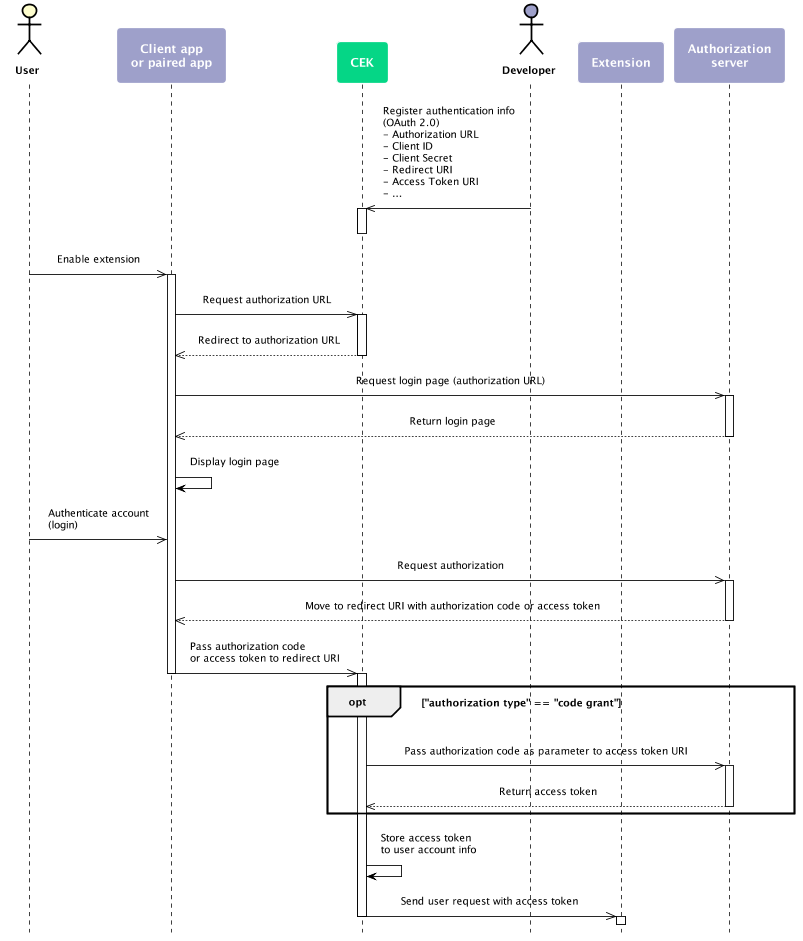
This is en/CEK/Resources/Images/CEK_Account_Linking_Setup_Sequence_Diagram.png from gracefulife/clova-developer-guide, a PlantUML export, as it was before one commit.
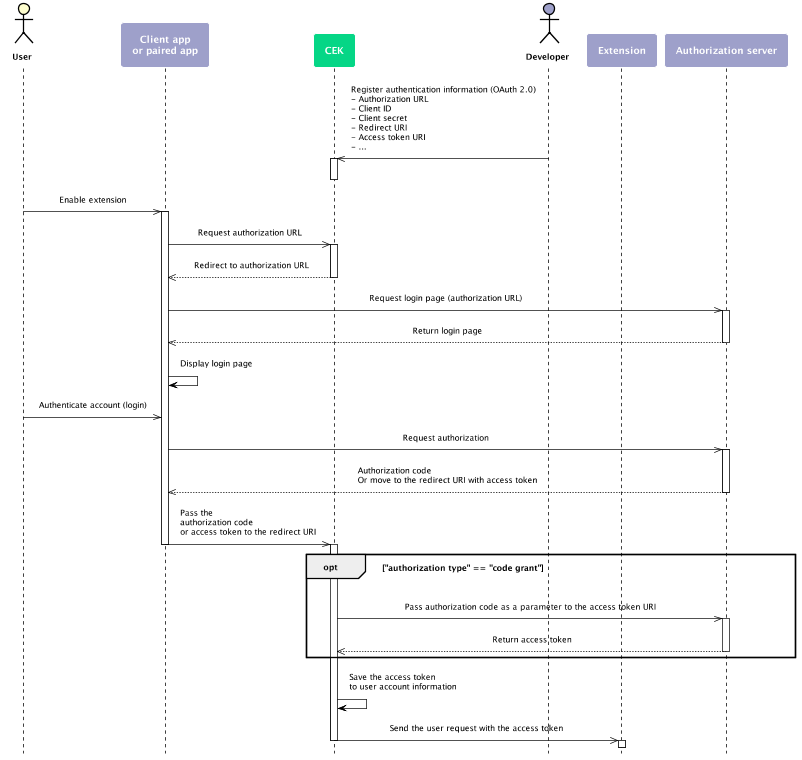
Above is the later version.

What changed in the source:
```diff
@@ -30,8 +30,8 @@
 participant CEK as cek #05D686
 actor "Developer" as dev #9EA0CA
 participant Extension as ext #9EA0CA
-participant "Authorization\nserver" as auth #9EA0CA
-dev ->> cek: Register authentication info\l(OAuth 2.0)\l- Authorization URL\l- Client ID\l- Client Secret\l- Redirect URI\l- Access Token URI\l- ...
+participant "Authorization server" as auth #9EA0CA
+dev ->> cek: Register authentication information (OAuth 2.0)\l- Authorization URL\l- Client ID\l- Client secret\l- Redirect URI\l- Access token URI\l- ...
 activate cek
 deactivate cek
 user ->> app: Enable extension
@@ -45,22 +45,22 @@
 auth -->> app: Return login page
 deactivate auth
 app -> app: Display login page
-user ->> app: Authenticate account\l(login)
+user ->> app: Authenticate account (login)
 app ->> auth: Request authorization
 activate auth
-auth -->> app: Move to redirect URI with authorization code or access token
+auth -->> app: Authorization code\lOr move to the redirect URI with access token
 deactivate auth
-app ->> cek: Pass authorization code\lor access token to redirect URI
+app ->> cek: Pass the\lauthorization code\lor access token to the redirect URI
 deactivate app
 activate cek
 opt "authorization type" == "code grant"
-cek ->> auth: Pass authorization code as parameter to access token URI
+cek ->> auth: Pass authorization code as a parameter to the access token URI
 activate auth
 auth -->> cek: Return access token
 deactivate auth
 end
-cek -> cek: Store access token\lto user account info
-cek ->> ext: Send user request with access token
+cek -> cek: Save the access token\nto user account information
+cek ->> ext: Send the user request with the access token
 deactivate cek
 activate ext
 @enduml
```
